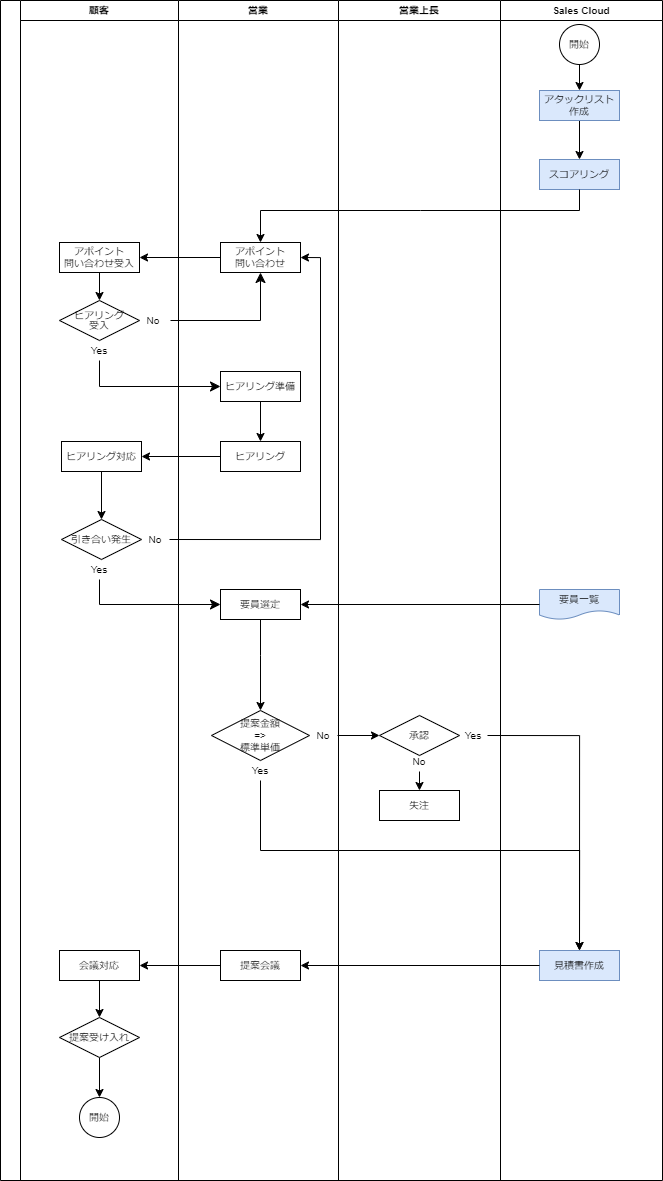
Before: ToBeワークフロー図_堀田20230613.drawio.png, a diagram exported from draw.io (TaikiHorita/TaikiRepository). Source tidied: cells renumbered, new cells last; positions are measured from the earlier drawing's top-left corner, leaving out a move shared by most shapes. Its diagram source:
```xml
<mxGraphModel>
  <root>
    <mxCell id="0" />
    <mxCell id="1" parent="0" />
    <mxCell id="2" style="swimlane;startSize=20;horizontal=0;fontSize=10;strokeWidth=1;" parent="1" vertex="1">
      <mxGeometry width="500" height="1180" as="geometry" />
    </mxCell>
    <mxCell id="3" value="顧客" style="swimlane;startSize=20;fontSize=10;strokeWidth=1;" parent="2" vertex="1">
      <mxGeometry x="20" width="158" height="1180" as="geometry" />
    </mxCell>
    <mxCell id="4" value="アポイント&lt;br&gt;問い合わせ受入" style="rounded=0;whiteSpace=wrap;html=1;fontSize=10;strokeWidth=1;" parent="3" vertex="1">
      <mxGeometry x="39" y="242" width="80" height="30" as="geometry" />
    </mxCell>
    <mxCell id="5" value="&lt;p style=&quot;line-height: 100%;&quot;&gt;&lt;font style=&quot;font-size: 9px;&quot;&gt;ヒアリング&lt;br style=&quot;font-size: 9px;&quot;&gt;受入&lt;/font&gt;&lt;/p&gt;" style="strokeWidth=1;html=1;shape=mxgraph.flowchart.decision;whiteSpace=wrap;fontSize=10;" parent="3" vertex="1">
      <mxGeometry x="39" y="300" width="80" height="40" as="geometry" />
    </mxCell>
    <mxCell id="6" value="ヒアリング対応" style="rounded=0;whiteSpace=wrap;html=1;fontSize=10;strokeWidth=1;" parent="3" vertex="1">
      <mxGeometry x="41" y="441" width="80" height="30" as="geometry" />
    </mxCell>
    <mxCell id="7" value="引き合い発生" style="strokeWidth=1;html=1;shape=mxgraph.flowchart.decision;whiteSpace=wrap;fontSize=10;" parent="3" vertex="1">
      <mxGeometry x="41" y="519" width="80" height="40" as="geometry" />
    </mxCell>
    <mxCell id="8" style="edgeStyle=orthogonalEdgeStyle;rounded=0;jettySize=auto;html=1;exitX=0.5;exitY=1;exitDx=0;exitDy=0;entryX=0.5;entryY=0;entryDx=0;entryDy=0;entryPerimeter=0;fontSize=10;strokeWidth=1;" parent="3" edge="1" source="9" target="11">
      <mxGeometry relative="1" as="geometry" />
    </mxCell>
    <mxCell id="9" value="会議対応" style="rounded=0;whiteSpace=wrap;html=1;fontSize=10;strokeWidth=1;" parent="3" vertex="1">
      <mxGeometry x="39" y="950" width="80" height="30" as="geometry" />
    </mxCell>
    <mxCell id="10" style="edgeStyle=orthogonalEdgeStyle;rounded=0;jettySize=auto;html=1;exitX=0.5;exitY=1;exitDx=0;exitDy=0;exitPerimeter=0;entryX=0.5;entryY=0;entryDx=0;entryDy=0;fontSize=10;strokeWidth=1;" parent="3" edge="1" source="11" target="12">
      <mxGeometry relative="1" as="geometry" />
    </mxCell>
    <mxCell id="11" value="提案受け入れ" style="strokeWidth=1;html=1;shape=mxgraph.flowchart.decision;whiteSpace=wrap;fontSize=10;" parent="3" vertex="1">
      <mxGeometry x="39" y="1017" width="80" height="40" as="geometry" />
    </mxCell>
    <mxCell id="12" value="開始" style="ellipse;whiteSpace=wrap;html=1;fontSize=10;strokeWidth=1;" parent="3" vertex="1">
      <mxGeometry x="59" y="1097" width="40" height="40" as="geometry" />
    </mxCell>
    <mxCell id="13" style="endArrow=classic;html=1;rounded=0;exitX=0.5;exitY=1;exitDx=0;exitDy=0;entryX=0.5;entryY=0;entryDx=0;entryDy=0;entryPerimeter=0;fontSize=10;strokeWidth=1;" parent="3" edge="1" source="4" target="5">
      <mxGeometry relative="1" as="geometry" />
    </mxCell>
    <mxCell id="14" value="No" style="text;strokeColor=none;align=center;fillColor=none;html=1;verticalAlign=middle;whiteSpace=wrap;rounded=0;fontSize=10;strokeWidth=1;" parent="3" vertex="1">
      <mxGeometry x="119" y="310" width="28" height="20" as="geometry" />
    </mxCell>
    <mxCell id="15" value="Yes" style="text;strokeColor=none;align=center;fillColor=none;html=1;verticalAlign=middle;whiteSpace=wrap;rounded=0;fontSize=10;strokeWidth=1;" parent="3" vertex="1">
      <mxGeometry x="65" y="340" width="28" height="20" as="geometry" />
    </mxCell>
    <mxCell id="16" style="endArrow=classic;html=1;rounded=0;entryX=0.5;entryY=0;entryDx=0;entryDy=0;exitX=0.5;exitY=1;exitDx=0;exitDy=0;entryPerimeter=0;fontSize=10;strokeWidth=1;" parent="3" edge="1" source="6" target="7">
      <mxGeometry relative="1" as="geometry" />
    </mxCell>
    <mxCell id="17" value="Yes" style="text;strokeColor=none;align=center;fillColor=none;html=1;verticalAlign=middle;whiteSpace=wrap;rounded=0;fontSize=10;strokeWidth=1;" parent="3" vertex="1">
      <mxGeometry x="65" y="559" width="28" height="20" as="geometry" />
    </mxCell>
    <mxCell id="18" value="No" style="text;strokeColor=none;align=center;fillColor=none;html=1;verticalAlign=middle;whiteSpace=wrap;rounded=0;fontSize=10;strokeWidth=1;" parent="3" vertex="1">
      <mxGeometry x="121" y="529" width="28" height="20" as="geometry" />
    </mxCell>
    <mxCell id="19" value="営業" style="swimlane;startSize=20;fontSize=10;strokeWidth=1;" parent="2" vertex="1">
      <mxGeometry x="178" width="160" height="1180" as="geometry" />
    </mxCell>
    <mxCell id="20" value="アポイント&lt;br&gt;問い合わせ" style="rounded=0;whiteSpace=wrap;html=1;fontSize=10;strokeWidth=1;" parent="19" vertex="1">
      <mxGeometry x="42" y="242" width="80" height="30" as="geometry" />
    </mxCell>
    <mxCell id="21" value="ヒアリング準備" style="rounded=0;whiteSpace=wrap;html=1;fontSize=10;strokeWidth=1;" parent="19" vertex="1">
      <mxGeometry x="42" y="371" width="80" height="30" as="geometry" />
    </mxCell>
    <mxCell id="22" value="ヒアリング" style="rounded=0;whiteSpace=wrap;html=1;fontSize=10;strokeWidth=1;" parent="19" vertex="1">
      <mxGeometry x="42" y="441" width="80" height="30" as="geometry" />
    </mxCell>
    <mxCell id="23" value="要員選定" style="rounded=0;whiteSpace=wrap;html=1;fontSize=10;strokeWidth=1;" parent="19" vertex="1">
      <mxGeometry x="42" y="589" width="80" height="30" as="geometry" />
    </mxCell>
    <mxCell id="24" value="提案金額&lt;br&gt;=&amp;gt;&lt;br&gt;標準単価" style="strokeWidth=1;html=1;shape=mxgraph.flowchart.decision;whiteSpace=wrap;fontSize=10;" parent="19" vertex="1">
      <mxGeometry x="33" y="710" width="98" height="50" as="geometry" />
    </mxCell>
    <mxCell id="25" value="提案会議" style="rounded=0;whiteSpace=wrap;html=1;fontSize=10;strokeWidth=1;" parent="19" vertex="1">
      <mxGeometry x="42" y="950" width="80" height="30" as="geometry" />
    </mxCell>
    <mxCell id="26" style="endArrow=classic;html=1;rounded=0;entryX=0.5;entryY=0;entryDx=0;entryDy=0;exitX=0.5;exitY=1;exitDx=0;exitDy=0;fontSize=10;strokeWidth=1;" parent="19" edge="1" source="21" target="22">
      <mxGeometry relative="1" as="geometry" />
    </mxCell>
    <mxCell id="27" value="No" style="text;strokeColor=none;align=center;fillColor=none;html=1;verticalAlign=middle;whiteSpace=wrap;rounded=0;fontSize=10;strokeWidth=1;" parent="19" vertex="1">
      <mxGeometry x="131" y="725" width="28" height="20" as="geometry" />
    </mxCell>
    <mxCell id="28" value="Yes" style="text;strokeColor=none;align=center;fillColor=none;html=1;verticalAlign=middle;whiteSpace=wrap;rounded=0;fontSize=10;strokeWidth=1;" parent="19" vertex="1">
      <mxGeometry x="68" y="760" width="28" height="20" as="geometry" />
    </mxCell>
    <mxCell id="29" style="endArrow=classic;html=1;rounded=0;entryX=0.5;entryY=0;entryDx=0;entryDy=0;entryPerimeter=0;exitX=0.5;exitY=1;exitDx=0;exitDy=0;fontSize=10;strokeWidth=1;" parent="19" edge="1" source="23" target="24">
      <mxGeometry relative="1" as="geometry">
        <Array as="points">
          <mxPoint x="82" y="655" />
        </Array>
      </mxGeometry>
    </mxCell>
    <mxCell id="30" value="営業上長" style="swimlane;startSize=20;fontSize=10;strokeWidth=1;" parent="2" vertex="1">
      <mxGeometry x="338" width="162" height="1180" as="geometry" />
    </mxCell>
    <mxCell id="31" value="承認" style="strokeWidth=1;html=1;shape=mxgraph.flowchart.decision;whiteSpace=wrap;fontSize=10;" parent="30" vertex="1">
      <mxGeometry x="41" y="715" width="80" height="40" as="geometry" />
    </mxCell>
    <mxCell id="32" value="失注" style="rounded=0;whiteSpace=wrap;html=1;fontSize=10;strokeWidth=1;" parent="30" vertex="1">
      <mxGeometry x="41" y="790" width="80" height="30" as="geometry" />
    </mxCell>
    <mxCell id="33" value="Yes" style="text;strokeColor=none;align=center;fillColor=none;html=1;verticalAlign=middle;whiteSpace=wrap;rounded=0;fontSize=10;strokeWidth=1;" parent="30" vertex="1">
      <mxGeometry x="121" y="725" width="28" height="20" as="geometry" />
    </mxCell>
    <mxCell id="34" style="edgeStyle=orthogonalEdgeStyle;rounded=0;jettySize=auto;html=1;exitX=0.5;exitY=1;exitDx=0;exitDy=0;entryX=0.5;entryY=0;entryDx=0;entryDy=0;fontSize=10;strokeWidth=1;" parent="30" edge="1" source="35" target="32">
      <mxGeometry relative="1" as="geometry" />
    </mxCell>
    <mxCell id="35" value="No" style="text;strokeColor=none;align=center;fillColor=none;html=1;verticalAlign=middle;whiteSpace=wrap;rounded=0;fontSize=10;strokeWidth=1;" parent="30" vertex="1">
      <mxGeometry x="67" y="751" width="28" height="20" as="geometry" />
    </mxCell>
    <mxCell id="36" style="endArrow=classic;html=1;rounded=0;exitX=0;exitY=0.5;exitDx=0;exitDy=0;entryX=1;entryY=0.5;entryDx=0;entryDy=0;fontSize=10;strokeWidth=1;" parent="2" edge="1" source="20" target="4">
      <mxGeometry relative="1" as="geometry" />
    </mxCell>
    <mxCell id="37" style="edgeStyle=elbowEdgeStyle;elbow=vertical;endArrow=classic;html=1;curved=0;rounded=0;endSize=8;startSize=8;entryX=0.5;entryY=1;entryDx=0;entryDy=0;fontSize=10;strokeWidth=1;" parent="2" edge="1" target="20">
      <mxGeometry relative="1" as="geometry">
        <mxPoint x="170" y="320" as="sourcePoint" />
        <Array as="points">
          <mxPoint x="200" y="320" />
        </Array>
      </mxGeometry>
    </mxCell>
    <mxCell id="38" style="edgeStyle=elbowEdgeStyle;elbow=vertical;endArrow=classic;html=1;curved=0;rounded=0;endSize=8;startSize=8;exitX=0.5;exitY=1;exitDx=0;exitDy=0;entryX=0;entryY=0.5;entryDx=0;entryDy=0;fontSize=10;strokeWidth=1;" parent="2" edge="1" source="15" target="21">
      <mxGeometry relative="1" as="geometry">
        <Array as="points">
          <mxPoint x="160" y="386" />
        </Array>
      </mxGeometry>
    </mxCell>
    <mxCell id="39" style="edgeStyle=elbowEdgeStyle;elbow=vertical;endArrow=classic;html=1;curved=0;rounded=0;endSize=8;startSize=8;exitX=0.5;exitY=1;exitDx=0;exitDy=0;entryX=0;entryY=0.5;entryDx=0;entryDy=0;fontSize=10;strokeWidth=1;" parent="2" edge="1" source="17" target="23">
      <mxGeometry relative="1" as="geometry">
        <Array as="points">
          <mxPoint x="160" y="604" />
        </Array>
      </mxGeometry>
    </mxCell>
    <mxCell id="40" style="endArrow=classic;html=1;rounded=0;entryX=1;entryY=0.5;entryDx=0;entryDy=0;exitX=0;exitY=0.5;exitDx=0;exitDy=0;fontSize=10;strokeWidth=1;" parent="2" edge="1" source="22" target="6">
      <mxGeometry relative="1" as="geometry" />
    </mxCell>
    <mxCell id="41" style="edgeStyle=orthogonalEdgeStyle;rounded=0;jettySize=auto;html=1;exitX=0;exitY=0.5;exitDx=0;exitDy=0;fontSize=10;strokeWidth=1;" parent="2" edge="1" source="25" target="9">
      <mxGeometry relative="1" as="geometry" />
    </mxCell>
    <mxCell id="42" style="edgeStyle=orthogonalEdgeStyle;rounded=0;jettySize=auto;html=1;entryX=0;entryY=0.5;entryDx=0;entryDy=0;entryPerimeter=0;exitX=1;exitY=0.5;exitDx=0;exitDy=0;fontSize=10;strokeWidth=1;" parent="2" edge="1" source="27" target="31">
      <mxGeometry relative="1" as="geometry" />
    </mxCell>
    <mxCell id="43" style="edgeStyle=orthogonalEdgeStyle;rounded=0;jettySize=auto;html=1;exitX=1;exitY=0.5;exitDx=0;exitDy=0;entryX=1;entryY=0.5;entryDx=0;entryDy=0;" parent="2" edge="1" source="18" target="20">
      <mxGeometry relative="1" as="geometry" />
    </mxCell>
    <mxCell id="44" value="Sales Cloud" style="swimlane;startSize=20;fontSize=10;strokeWidth=1;" parent="1" vertex="1">
      <mxGeometry x="500" width="162" height="1180" as="geometry" />
    </mxCell>
    <mxCell id="45" value="スコアリング" style="rounded=0;whiteSpace=wrap;html=1;fillColor=#dae8fc;strokeColor=#6c8ebf;fontSize=10;strokeWidth=1;" parent="44" vertex="1">
      <mxGeometry x="39" y="159" width="80" height="30" as="geometry" />
    </mxCell>
    <mxCell id="46" value="要員一覧" style="shape=document;whiteSpace=wrap;html=1;boundedLbl=1;fillColor=#dae8fc;strokeColor=#6c8ebf;fontSize=10;strokeWidth=1;" parent="44" vertex="1">
      <mxGeometry x="39" y="589" width="80" height="30" as="geometry" />
    </mxCell>
    <mxCell id="47" value="見積書作成" style="rounded=0;whiteSpace=wrap;html=1;fillColor=#dae8fc;strokeColor=#6c8ebf;fontSize=10;strokeWidth=1;" parent="44" vertex="1">
      <mxGeometry x="39" y="950" width="80" height="30" as="geometry" />
    </mxCell>
    <mxCell id="48" style="edgeStyle=orthogonalEdgeStyle;rounded=0;jettySize=auto;html=1;exitX=0.5;exitY=1;exitDx=0;exitDy=0;entryX=0.5;entryY=0;entryDx=0;entryDy=0;strokeWidth=1;" parent="44" edge="1" source="49" target="45">
      <mxGeometry relative="1" as="geometry" />
    </mxCell>
    <mxCell id="49" value="アタックリスト作成" style="rounded=0;whiteSpace=wrap;html=1;fontSize=10;fillColor=#dae8fc;strokeColor=#6c8ebf;strokeWidth=1;" parent="44" vertex="1">
      <mxGeometry x="39" y="90" width="80" height="30" as="geometry" />
    </mxCell>
    <mxCell id="50" value="開始" style="ellipse;whiteSpace=wrap;html=1;fontSize=10;strokeWidth=1;" parent="44" vertex="1">
      <mxGeometry x="59" y="24" width="40" height="40" as="geometry" />
    </mxCell>
    <mxCell id="51" style="endArrow=classic;html=1;rounded=0;exitX=0.5;exitY=1;exitDx=0;exitDy=0;entryX=0.5;entryY=0;entryDx=0;entryDy=0;fontSize=10;strokeWidth=1;" parent="44" edge="1" source="50" target="49">
      <mxGeometry relative="1" as="geometry" />
    </mxCell>
    <mxCell id="52" style="endArrow=classic;html=1;rounded=0;exitX=0.5;exitY=1;exitDx=0;exitDy=0;entryX=0.5;entryY=0;entryDx=0;entryDy=0;fontSize=10;strokeWidth=1;" parent="1" edge="1" source="45" target="20">
      <mxGeometry relative="1" as="geometry">
        <Array as="points">
          <mxPoint x="579" y="210" />
          <mxPoint x="420" y="210" />
          <mxPoint x="260" y="210" />
        </Array>
      </mxGeometry>
    </mxCell>
    <mxCell id="53" style="edgeStyle=orthogonalEdgeStyle;rounded=0;jettySize=auto;html=1;exitX=0.5;exitY=1;exitDx=0;exitDy=0;entryX=0.5;entryY=0;entryDx=0;entryDy=0;fontSize=10;strokeWidth=1;" parent="1" edge="1" source="28" target="47">
      <mxGeometry relative="1" as="geometry">
        <Array as="points">
          <mxPoint x="260" y="850" />
          <mxPoint x="579" y="850" />
        </Array>
      </mxGeometry>
    </mxCell>
    <mxCell id="54" style="edgeStyle=orthogonalEdgeStyle;rounded=0;jettySize=auto;html=1;entryX=0.5;entryY=0;entryDx=0;entryDy=0;exitX=1;exitY=0.5;exitDx=0;exitDy=0;fontSize=10;strokeWidth=1;" parent="1" edge="1" source="33" target="47">
      <mxGeometry relative="1" as="geometry" />
    </mxCell>
    <mxCell id="55" style="edgeStyle=orthogonalEdgeStyle;rounded=0;jettySize=auto;html=1;exitX=0;exitY=0.5;exitDx=0;exitDy=0;entryX=1;entryY=0.5;entryDx=0;entryDy=0;fontSize=10;strokeWidth=1;" parent="1" edge="1" source="47" target="25">
      <mxGeometry relative="1" as="geometry" />
    </mxCell>
    <mxCell id="56" style="edgeStyle=orthogonalEdgeStyle;rounded=0;jettySize=auto;html=1;exitX=0;exitY=0.5;exitDx=0;exitDy=0;entryX=1;entryY=0.5;entryDx=0;entryDy=0;strokeWidth=1;" parent="1" edge="1" source="46" target="23">
      <mxGeometry relative="1" as="geometry" />
    </mxCell>
  </root>
</mxGraphModel>
```
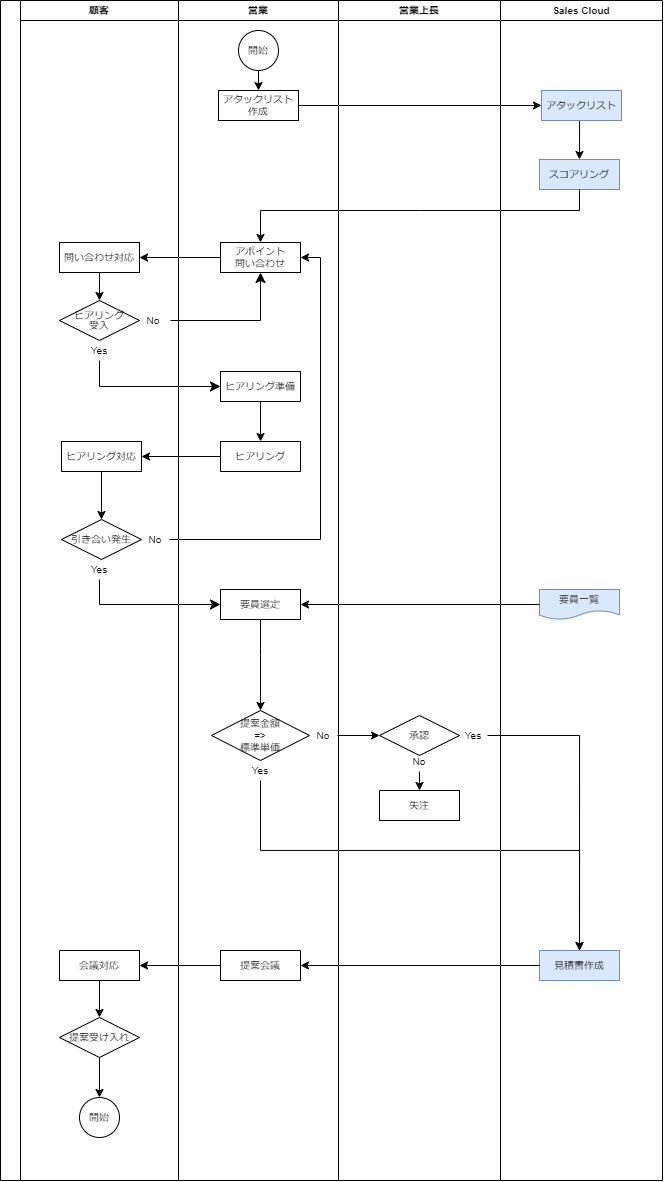
After the commit.

Commit message:
ToBeワークフロー図_堀田20230613.drawio.png を更新します

The edit, as a diff of the source:
```diff
@@ -8,7 +8,7 @@
     <mxCell id="3" value="顧客" style="swimlane;startSize=20;fontSize=10;strokeWidth=1;" parent="2" vertex="1">
       <mxGeometry x="20" width="158" height="1180" as="geometry" />
     </mxCell>
-    <mxCell id="4" value="アポイント&lt;br&gt;問い合わせ受入" style="rounded=0;whiteSpace=wrap;html=1;fontSize=10;strokeWidth=1;" parent="3" vertex="1">
+    <mxCell id="4" value="問い合わせ対応" style="rounded=0;whiteSpace=wrap;html=1;fontSize=10;strokeWidth=1;" parent="3" vertex="1">
       <mxGeometry x="39" y="242" width="80" height="30" as="geometry" />
     </mxCell>
     <mxCell id="5" value="&lt;p style=&quot;line-height: 100%;&quot;&gt;&lt;font style=&quot;font-size: 9px;&quot;&gt;ヒアリング&lt;br style=&quot;font-size: 9px;&quot;&gt;受入&lt;/font&gt;&lt;/p&gt;" style="strokeWidth=1;html=1;shape=mxgraph.flowchart.decision;whiteSpace=wrap;fontSize=10;" parent="3" vertex="1">
@@ -90,6 +90,15 @@
         </Array>
       </mxGeometry>
     </mxCell>
+    <mxCell id="50" value="開始" style="ellipse;whiteSpace=wrap;html=1;fontSize=10;strokeWidth=1;" parent="19" vertex="1">
+      <mxGeometry x="60" y="30" width="40" height="40" as="geometry" />
+    </mxCell>
+    <mxCell id="49" value="アタックリスト作成" style="rounded=0;whiteSpace=wrap;html=1;fontSize=10;strokeWidth=1;" parent="19" vertex="1">
+      <mxGeometry x="40" y="90" width="80" height="30" as="geometry" />
+    </mxCell>
+    <mxCell id="51" style="endArrow=classic;html=1;rounded=0;exitX=0.5;exitY=1;exitDx=0;exitDy=0;entryX=0.5;entryY=0;entryDx=0;entryDy=0;fontSize=10;strokeWidth=1;" parent="19" edge="1" source="50" target="49">
+      <mxGeometry relative="1" as="geometry" />
+    </mxCell>
     <mxCell id="30" value="営業上長" style="swimlane;startSize=20;fontSize=10;strokeWidth=1;" parent="2" vertex="1">
       <mxGeometry x="338" width="162" height="1180" as="geometry" />
     </mxCell>
@@ -157,18 +166,12 @@
     <mxCell id="47" value="見積書作成" style="rounded=0;whiteSpace=wrap;html=1;fillColor=#dae8fc;strokeColor=#6c8ebf;fontSize=10;strokeWidth=1;" parent="44" vertex="1">
       <mxGeometry x="39" y="950" width="80" height="30" as="geometry" />
     </mxCell>
-    <mxCell id="48" style="edgeStyle=orthogonalEdgeStyle;rounded=0;jettySize=auto;html=1;exitX=0.5;exitY=1;exitDx=0;exitDy=0;entryX=0.5;entryY=0;entryDx=0;entryDy=0;strokeWidth=1;" parent="44" edge="1" source="49" target="45">
-      <mxGeometry relative="1" as="geometry" />
-    </mxCell>
-    <mxCell id="49" value="アタックリスト作成" style="rounded=0;whiteSpace=wrap;html=1;fontSize=10;fillColor=#dae8fc;strokeColor=#6c8ebf;strokeWidth=1;" parent="44" vertex="1">
-      <mxGeometry x="39" y="90" width="80" height="30" as="geometry" />
-    </mxCell>
-    <mxCell id="50" value="開始" style="ellipse;whiteSpace=wrap;html=1;fontSize=10;strokeWidth=1;" parent="44" vertex="1">
-      <mxGeometry x="59" y="24" width="40" height="40" as="geometry" />
-    </mxCell>
-    <mxCell id="51" style="endArrow=classic;html=1;rounded=0;exitX=0.5;exitY=1;exitDx=0;exitDy=0;entryX=0.5;entryY=0;entryDx=0;entryDy=0;fontSize=10;strokeWidth=1;" parent="44" edge="1" source="50" target="49">
-      <mxGeometry relative="1" as="geometry" />
-    </mxCell>
+    <mxCell id="57" style="edgeStyle=orthogonalEdgeStyle;rounded=0;jettySize=auto;html=1;exitX=0.5;exitY=1;exitDx=0;exitDy=0;entryX=0.5;entryY=0;entryDx=0;entryDy=0;" parent="44" edge="1" source="58" target="45">
+      <mxGeometry relative="1" as="geometry" />
+    </mxCell>
+    <mxCell id="58" value="アタックリスト" style="rounded=0;whiteSpace=wrap;html=1;fontSize=10;strokeWidth=1;fillColor=#dae8fc;strokeColor=#6c8ebf;" parent="44" vertex="1">
+      <mxGeometry x="41" y="90" width="80" height="30" as="geometry" />
+    </mxCell>
     <mxCell id="52" style="endArrow=classic;html=1;rounded=0;exitX=0.5;exitY=1;exitDx=0;exitDy=0;entryX=0.5;entryY=0;entryDx=0;entryDy=0;fontSize=10;strokeWidth=1;" parent="1" edge="1" source="45" target="20">
       <mxGeometry relative="1" as="geometry">
         <Array as="points">
@@ -195,5 +198,8 @@
     <mxCell id="56" style="edgeStyle=orthogonalEdgeStyle;rounded=0;jettySize=auto;html=1;exitX=0;exitY=0.5;exitDx=0;exitDy=0;entryX=1;entryY=0.5;entryDx=0;entryDy=0;strokeWidth=1;" parent="1" edge="1" source="46" target="23">
       <mxGeometry relative="1" as="geometry" />
     </mxCell>
+    <mxCell id="59" style="edgeStyle=orthogonalEdgeStyle;rounded=0;jettySize=auto;html=1;exitX=1;exitY=0.5;exitDx=0;exitDy=0;entryX=0;entryY=0.5;entryDx=0;entryDy=0;" parent="1" edge="1" source="49" target="58">
+      <mxGeometry relative="1" as="geometry" />
+    </mxCell>
   </root>
 </mxGraphModel>
```
